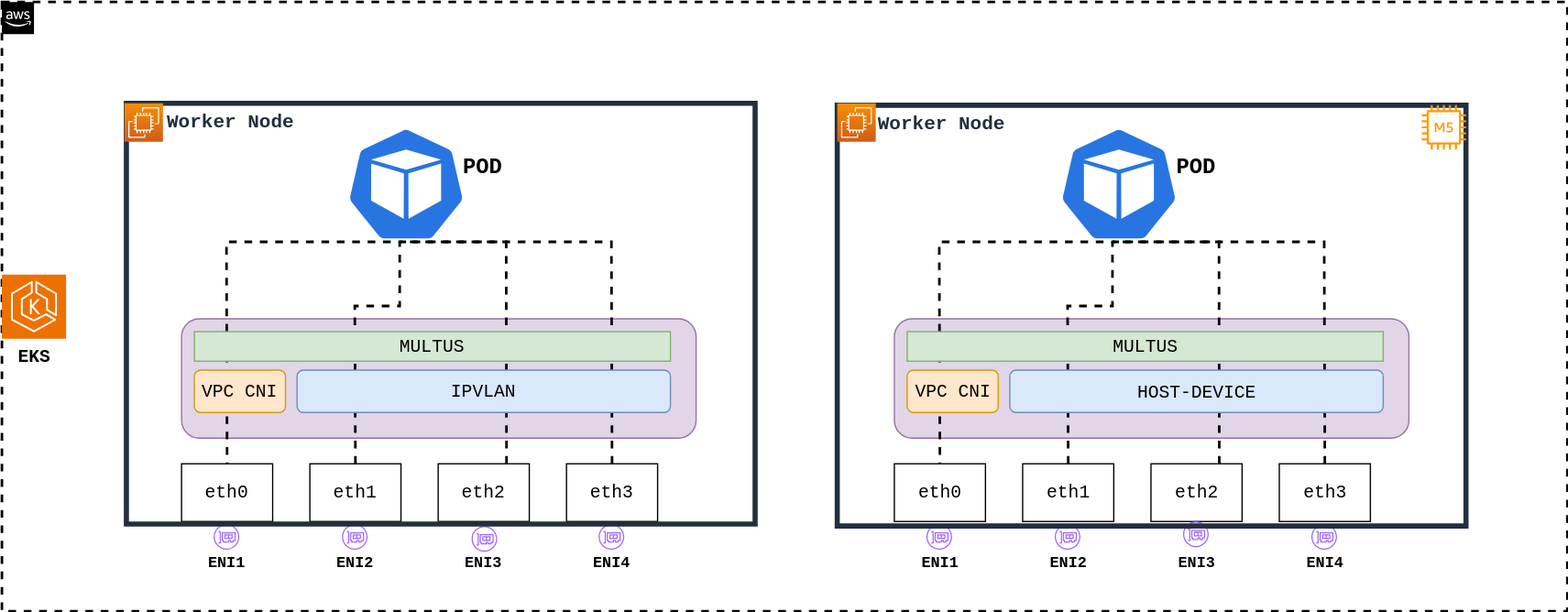
Earlier version of the draw.io export docs/diagrams/arch.drawio.svg (johnlam90/aws-multi-eni-controller). Source tidied: cells renumbered, new cells last; positions are measured from the earlier drawing's top-left corner, leaving out a move shared by most shapes.
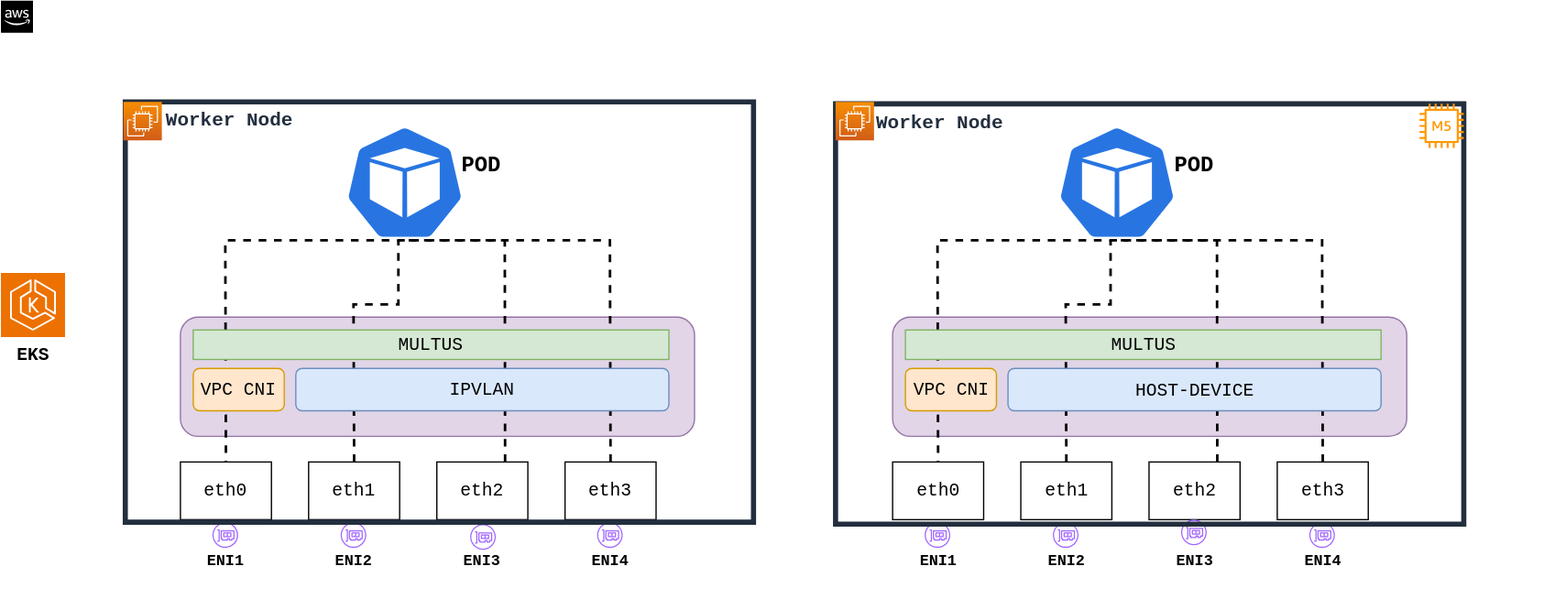
The same file after the commit.

Change to the diagram source:
```diff
@@ -2,7 +2,7 @@
   <root>
     <mxCell id="0" />
     <mxCell id="1" parent="0" />
-    <mxCell id="2" style="html=1;whiteSpace=wrap;fontSize=12;fontStyle=0;shape=mxgraph.aws4.group;grIcon=mxgraph.aws4.group_aws_cloud_alt;verticalAlign=top;align=left;spacingLeft=30;dashed=1;labelBackgroundColor=#ffffff;strokeWidth=2;" parent="1" vertex="1">
+    <mxCell id="2" style="html=1;whiteSpace=wrap;fontSize=12;fontStyle=0;shape=mxgraph.aws4.group;grIcon=mxgraph.aws4.group_aws_cloud_alt;verticalAlign=top;align=left;spacingLeft=30;dashed=1;labelBackgroundColor=#ffffff;strokeWidth=2;strokeColor=none;fillStyle=solid;" parent="1" vertex="1">
       <mxGeometry width="1220" height="475" as="geometry" />
     </mxCell>
     <mxCell id="3" style="sketch=0;fontColor=#232F3E;gradientColor=none;fillColor=#A166FF;strokeColor=none;dashed=0;verticalLabelPosition=bottom;verticalAlign=top;align=center;html=1;fontSize=12;fontStyle=0;shape=mxgraph.aws4.elastic_network_interface;" parent="1" vertex="1">
```
